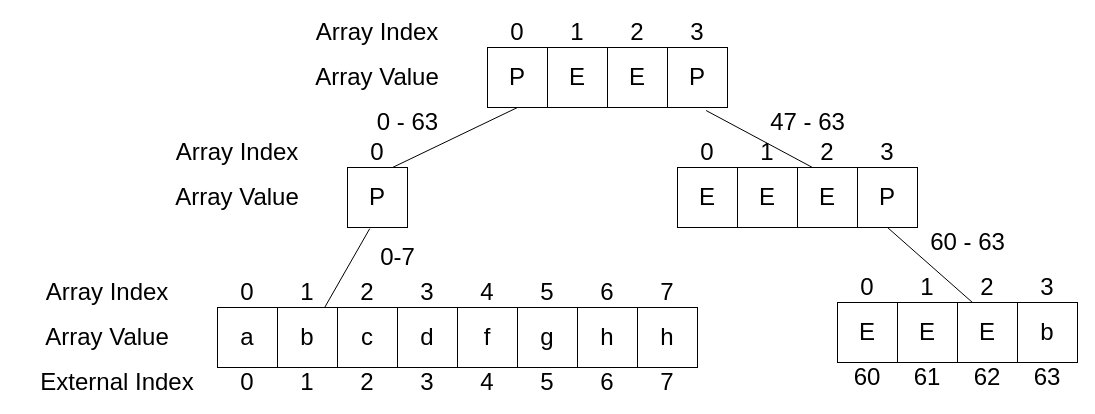
Before: docs/src/ndaids/64SparseSpaceOptimization.drawio in adligo/i_collections.adligo.org, a draw.io diagram. Source tidied: cells renumbered, new cells numbered last; positions are measured from the earlier drawing's top-left corner, leaving out a move shared by most shapes. Both pictures are drawn from the tidied source at 100%, with x=0, y=0 at pixel (17, 17).
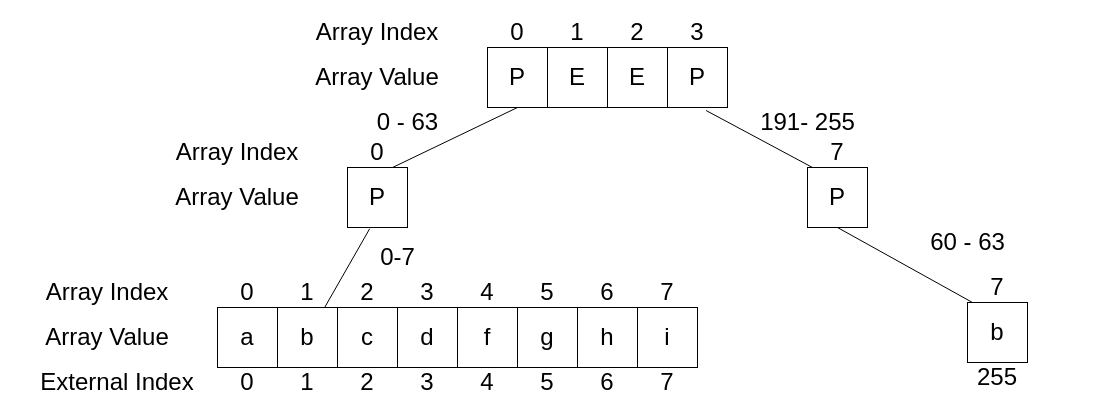
The same page after the edit.

The change refers to these unchanged cells:
```xml
<mxCell id="26" value="P" style="rounded=0;whiteSpace=wrap;html=1;fontSize=24;" parent="1" vertex="1">
  <mxGeometry x="650" y="30" width="60" height="60" as="geometry" />
</mxCell>
```

Change to the diagram source:
```diff
@@
-    <mxCell id="35" value="E" style="rounded=0;whiteSpace=wrap;html=1;fontSize=24;" parent="1" vertex="1">
-      <mxGeometry x="660" y="150" width="60" height="60" as="geometry" />
-    </mxCell>
-    <mxCell id="36" value="E" style="rounded=0;whiteSpace=wrap;html=1;fontSize=24;" parent="1" vertex="1">
-      <mxGeometry x="720" y="150" width="60" height="60" as="geometry" />
-    </mxCell>
-    <mxCell id="37" value="E" style="rounded=0;whiteSpace=wrap;html=1;fontSize=24;" parent="1" vertex="1">
-      <mxGeometry x="780" y="150" width="60" height="60" as="geometry" />
-    </mxCell>
-    <mxCell id="38" value="P" style="rounded=0;whiteSpace=wrap;html=1;fontSize=24;" parent="1" vertex="1">
-      <mxGeometry x="840" y="150" width="60" height="60" as="geometry" />
+    <mxCell id="38" value="P" style="rounded=0;whiteSpace=wrap;html=1;fontSize=24;direction=west;" parent="1" vertex="1">
+      <mxGeometry x="790" y="150" width="60" height="60" as="geometry" />
     </mxCell>
-    <mxCell id="39" value="0" style="text;html=1;strokeColor=none;fillColor=none;align=center;verticalAlign=middle;whiteSpace=wrap;rounded=0;fontSize=24;" parent="1" vertex="1">
-      <mxGeometry x="660" y="120" width="60" height="30" as="geometry" />
-    </mxCell>
-    <mxCell id="40" value="1" style="text;html=1;strokeColor=none;fillColor=none;align=center;verticalAlign=middle;whiteSpace=wrap;rounded=0;fontSize=24;" parent="1" vertex="1">
-      <mxGeometry x="720" y="120" width="60" height="30" as="geometry" />
-    </mxCell>
-    <mxCell id="41" value="2" style="text;html=1;strokeColor=none;fillColor=none;align=center;verticalAlign=middle;whiteSpace=wrap;rounded=0;fontSize=24;" parent="1" vertex="1">
-      <mxGeometry x="780" y="120" width="60" height="30" as="geometry" />
-    </mxCell>
-    <mxCell id="42" value="3" style="text;html=1;strokeColor=none;fillColor=none;align=center;verticalAlign=middle;whiteSpace=wrap;rounded=0;fontSize=24;" parent="1" vertex="1">
-      <mxGeometry x="840" y="120" width="60" height="30" as="geometry" />
+    <mxCell id="42" value="7" style="text;html=1;strokeColor=none;fillColor=none;align=center;verticalAlign=middle;whiteSpace=wrap;rounded=0;fontSize=24;" parent="1" vertex="1">
+      <mxGeometry x="790" y="120" width="60" height="30" as="geometry" />
     </mxCell>
-    <mxCell id="43" style="endArrow=none;html=1;rounded=0;fontSize=24;entryX=0.643;entryY=1.05;entryDx=0;entryDy=0;entryPerimeter=0;exitX=0.25;exitY=1;exitDx=0;exitDy=0;" parent="1" edge="1" source="41" target="26">
-      <mxGeometry relative="1" as="geometry" />
+    <mxCell id="43" style="endArrow=none;html=1;rounded=0;fontSize=24;entryX=0.643;entryY=1.05;entryDx=0;entryDy=0;entryPerimeter=0;exitX=0.25;exitY=1;exitDx=0;exitDy=0;" parent="1" edge="1" target="26">
+      <mxGeometry relative="1" as="geometry">
+        <mxPoint x="795" y="150" as="sourcePoint" />
+      </mxGeometry>
     </mxCell>
-    <mxCell id="44" value="E" style="rounded=0;whiteSpace=wrap;html=1;fontSize=24;" parent="1" vertex="1">
-      <mxGeometry x="820" y="285" width="60" height="60" as="geometry" />
-    </mxCell>
-    <mxCell id="45" value="E" style="rounded=0;whiteSpace=wrap;html=1;fontSize=24;" parent="1" vertex="1">
-      <mxGeometry x="880" y="285" width="60" height="60" as="geometry" />
-    </mxCell>
-    <mxCell id="46" value="E" style="rounded=0;whiteSpace=wrap;html=1;fontSize=24;" parent="1" vertex="1">
-      <mxGeometry x="940" y="285" width="60" height="60" as="geometry" />
-    </mxCell>
     <mxCell id="47" value="b" style="rounded=0;whiteSpace=wrap;html=1;fontSize=24;" parent="1" vertex="1">
-      <mxGeometry x="1000" y="285" width="60" height="60" as="geometry" />
+      <mxGeometry x="950" y="285" width="60" height="60" as="geometry" />
     </mxCell>
-    <mxCell id="48" value="0" style="text;html=1;strokeColor=none;fillColor=none;align=center;verticalAlign=middle;whiteSpace=wrap;rounded=0;fontSize=24;" parent="1" vertex="1">
-      <mxGeometry x="820" y="255" width="60" height="30" as="geometry" />
-    </mxCell>
-    <mxCell id="49" value="1" style="text;html=1;strokeColor=none;fillColor=none;align=center;verticalAlign=middle;whiteSpace=wrap;rounded=0;fontSize=24;" parent="1" vertex="1">
-      <mxGeometry x="880" y="255" width="60" height="30" as="geometry" />
-    </mxCell>
-    <mxCell id="50" value="2" style="text;html=1;strokeColor=none;fillColor=none;align=center;verticalAlign=middle;whiteSpace=wrap;rounded=0;fontSize=24;" parent="1" vertex="1">
-      <mxGeometry x="940" y="255" width="60" height="30" as="geometry" />
-    </mxCell>
-    <mxCell id="51" value="3" style="text;html=1;strokeColor=none;fillColor=none;align=center;verticalAlign=middle;whiteSpace=wrap;rounded=0;fontSize=24;" parent="1" vertex="1">
-      <mxGeometry x="1000" y="255" width="60" height="30" as="geometry" />
+    <mxCell id="51" value="7" style="text;html=1;strokeColor=none;fillColor=none;align=center;verticalAlign=middle;whiteSpace=wrap;rounded=0;fontSize=24;" parent="1" vertex="1">
+      <mxGeometry x="950" y="255" width="60" height="30" as="geometry" />
     </mxCell>
-    <mxCell id="52" value="60" style="text;html=1;strokeColor=none;fillColor=none;align=center;verticalAlign=middle;whiteSpace=wrap;rounded=0;fontSize=24;" parent="1" vertex="1">
-      <mxGeometry x="820" y="345" width="60" height="30" as="geometry" />
-    </mxCell>
-    <mxCell id="53" value="61" style="text;html=1;strokeColor=none;fillColor=none;align=center;verticalAlign=middle;whiteSpace=wrap;rounded=0;fontSize=24;" parent="1" vertex="1">
-      <mxGeometry x="880" y="345" width="60" height="30" as="geometry" />
-    </mxCell>
-    <mxCell id="54" value="62" style="text;html=1;strokeColor=none;fillColor=none;align=center;verticalAlign=middle;whiteSpace=wrap;rounded=0;fontSize=24;" parent="1" vertex="1">
-      <mxGeometry x="940" y="345" width="60" height="30" as="geometry" />
-    </mxCell>
-    <mxCell id="55" value="63" style="text;html=1;strokeColor=none;fillColor=none;align=center;verticalAlign=middle;whiteSpace=wrap;rounded=0;fontSize=24;" parent="1" vertex="1">
-      <mxGeometry x="1000" y="345" width="60" height="30" as="geometry" />
+    <mxCell id="55" value="255" style="text;html=1;strokeColor=none;fillColor=none;align=center;verticalAlign=middle;whiteSpace=wrap;rounded=0;fontSize=24;" parent="1" vertex="1">
+      <mxGeometry x="950" y="345" width="60" height="30" as="geometry" />
     </mxCell>
-    <mxCell id="56" style="endArrow=none;html=1;rounded=0;fontSize=24;exitX=0.25;exitY=1;exitDx=0;exitDy=0;entryX=0.5;entryY=1;entryDx=0;entryDy=0;" parent="1" edge="1" source="50" target="38">
-      <mxGeometry relative="1" as="geometry" />
+    <mxCell id="56" style="endArrow=none;html=1;rounded=0;fontSize=24;exitX=0.25;exitY=1;exitDx=0;exitDy=0;entryX=0.5;entryY=0;entryDx=0;entryDy=0;" parent="1" edge="1" target="38">
+      <mxGeometry relative="1" as="geometry">
+        <mxPoint x="955" y="285" as="sourcePoint" />
+      </mxGeometry>
     </mxCell>
-    <mxCell id="57" value="47 - 63" style="text;html=1;align=center;verticalAlign=middle;strokeColor=none;fillColor=none;fontSize=24;" parent="1" vertex="1">
-      <mxGeometry x="745" y="90" width="90" height="30" as="geometry" />
+    <mxCell id="57" value="191- 255" style="text;html=1;align=center;verticalAlign=middle;strokeColor=none;fillColor=none;fontSize=24;" parent="1" vertex="1">
+      <mxGeometry x="735" y="90" width="110" height="30" as="geometry" />
     </mxCell>
@@
-    <mxCell id="62" value="h" style="rounded=0;whiteSpace=wrap;html=1;fontSize=24;" parent="1" vertex="1">
+    <mxCell id="62" value="i" style="rounded=0;whiteSpace=wrap;html=1;fontSize=24;" parent="1" vertex="1">
       <mxGeometry x="620" y="290" width="60" height="60" as="geometry" />
     </mxCell>
```
